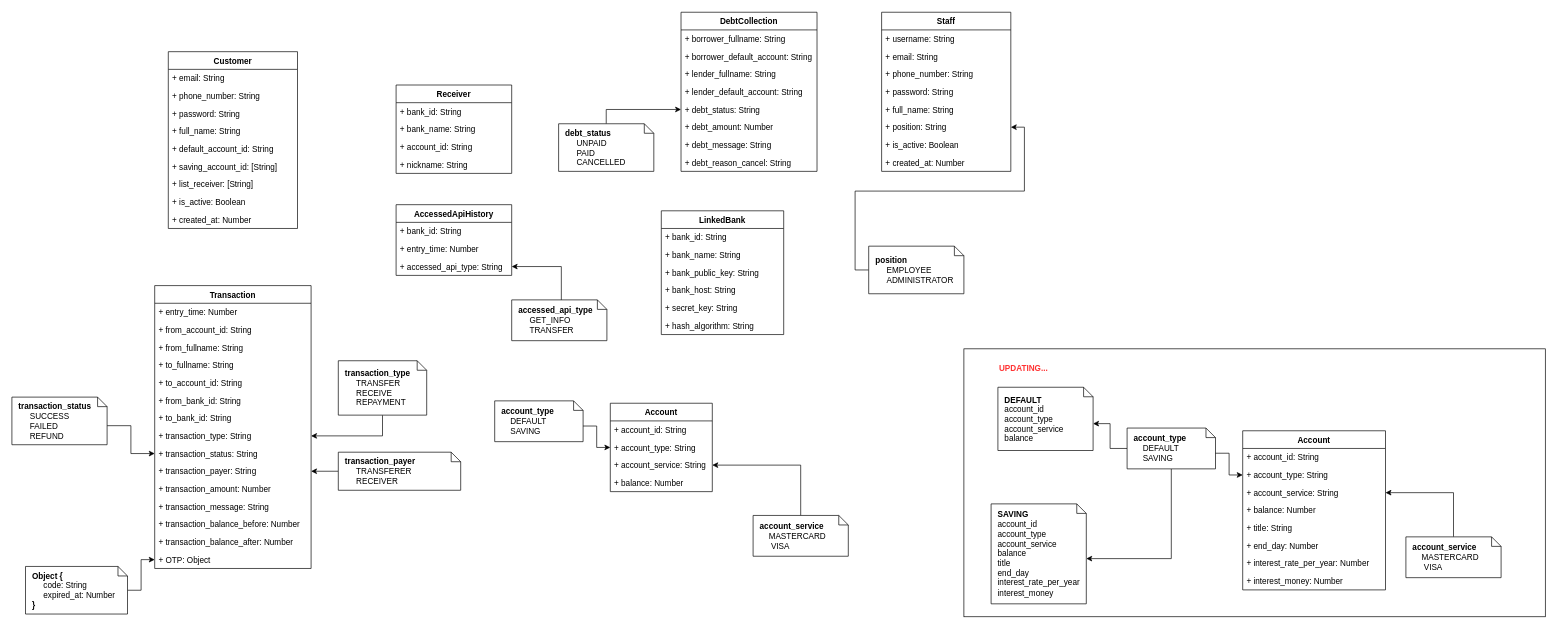
Earlier version of the draw.io diagram 03_Design/01_Data/InternetBanking.drawio (imdotnhsang/AWAD_NNDK_08). Source tidied: cells renumbered, new cells numbered last; positions are measured from the earlier drawing's top-left corner, leaving out a move shared by most shapes. Both pictures are drawn from the tidied source at 68%, with x=0, y=0 at pixel (12, 12).
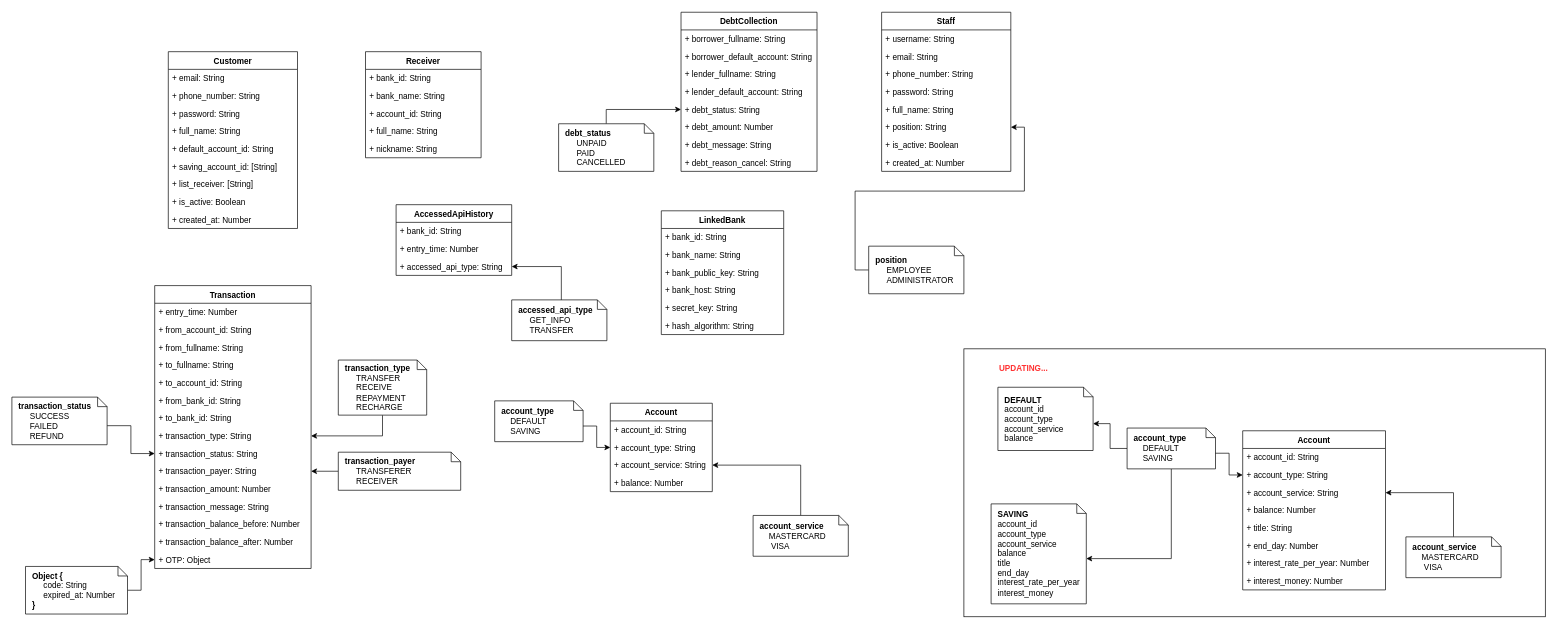
After the change.

Diff of the diagram source:
```diff
@@
-    <mxCell id="3" value="&lt;b&gt;transaction_type&lt;br&gt;&lt;/b&gt;&lt;span&gt;&amp;nbsp; &amp;nbsp; &amp;nbsp;TRANSFER&lt;br&gt;&lt;/span&gt;&lt;span&gt;&amp;nbsp; &amp;nbsp; &amp;nbsp;RECEIVE&lt;br&gt;&lt;/span&gt;&lt;b&gt;&amp;nbsp; &amp;nbsp; &lt;/b&gt;&amp;nbsp;REPAYMENT" style="shape=note;whiteSpace=wrap;html=1;size=14;verticalAlign=middle;align=left;spacingTop=0;spacing=10;" parent="1" vertex="1">
-      <mxGeometry x="480" y="513" width="130" height="80" as="geometry" />
+    <mxCell id="3" value="&lt;b&gt;transaction_type&lt;br&gt;&lt;/b&gt;&lt;span&gt;&amp;nbsp; &amp;nbsp; &amp;nbsp;TRANSFER&lt;br&gt;&lt;/span&gt;&lt;span&gt;&amp;nbsp; &amp;nbsp; &amp;nbsp;RECEIVE&lt;br&gt;&lt;/span&gt;&lt;b&gt;&amp;nbsp; &amp;nbsp; &lt;/b&gt;&amp;nbsp;REPAYMENT&lt;br&gt;&amp;nbsp; &amp;nbsp; &amp;nbsp;RECHARGE" style="shape=note;whiteSpace=wrap;html=1;size=14;verticalAlign=middle;align=left;spacingTop=0;spacing=10;" parent="1" vertex="1">
+      <mxGeometry x="480" y="512" width="130" height="81" as="geometry" />
     </mxCell>
@@
     <mxCell id="56" value="Receiver" style="swimlane;fontStyle=1;horizontal=1;startSize=26;fillColor=none;" parent="1" vertex="1">
-      <mxGeometry x="565" y="107.5" width="170" height="130" as="geometry" />
+      <mxGeometry x="520" y="58.5" width="170" height="156" as="geometry" />
     </mxCell>
@@
+    <mxCell id="104" value="+ full_name: String" style="text;strokeColor=none;fillColor=none;align=left;verticalAlign=top;spacingLeft=4;spacingRight=4;overflow=hidden;" parent="56" vertex="1">
+      <mxGeometry y="104" width="170" height="26" as="geometry" />
+    </mxCell>
     <mxCell id="60" value="+ nickname: String" style="text;strokeColor=none;fillColor=none;align=left;verticalAlign=top;spacingLeft=4;spacingRight=4;overflow=hidden;" parent="56" vertex="1">
-      <mxGeometry y="104" width="170" height="26" as="geometry" />
+      <mxGeometry y="130" width="170" height="26" as="geometry" />
     </mxCell>
```
